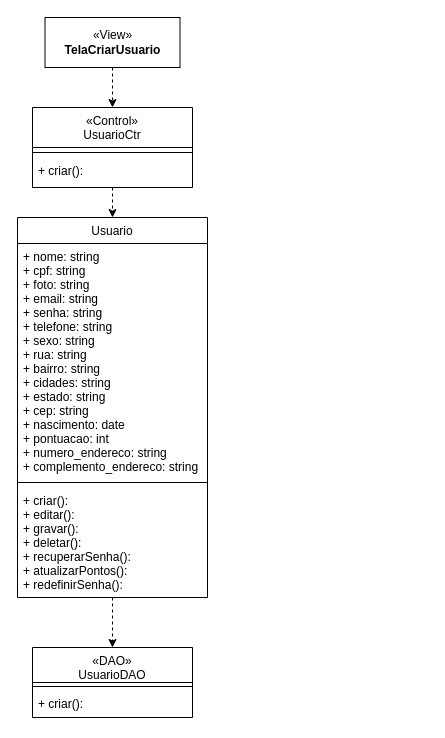
This is Documentação/Diagramas/Diagramas de Casos de Uso/Diagrama Caso de Uso Cadastrar Usuário.drawio from frsouzaa/Documentacao-TCC-NossaVia, a draw.io file, before an edit. Source tidied: cells renumbered, new cells numbered last; positions are measured from the earlier drawing's top-left corner, leaving out a move shared by most shapes. Both pictures are drawn from the tidied source at 100%, with x=0, y=0 at pixel (17, 17).
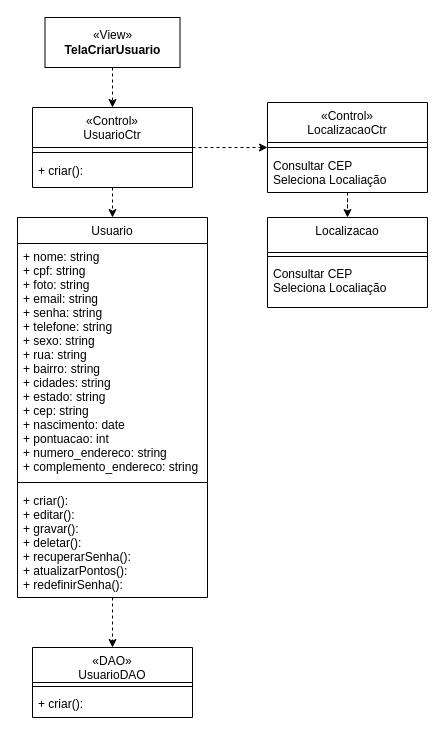
After the change.

The change refers to these unchanged cells:
```xml
<mxCell id="13" value="«Control»&#10;UsuarioCtr" style="swimlane;fontStyle=0;align=center;verticalAlign=top;horizontal=1;startSize=40;rounded=0;shadow=0;strokeWidth=1;" parent="1" vertex="1">
  <mxGeometry x="15" y="90" width="160" height="80" as="geometry" />
</mxCell>
```

Diff of the diagram source:
```diff
@@
+    <mxCell id="16" value="«Control»&#10;LocalizacaoCtr" style="swimlane;fontStyle=0;align=center;verticalAlign=top;horizontal=1;startSize=40;rounded=0;shadow=0;strokeWidth=1;" parent="1" vertex="1">
+      <mxGeometry x="250" y="85" width="160" height="90" as="geometry" />
+    </mxCell>
+    <mxCell id="17" style="line;html=1;strokeWidth=1;align=left;verticalAlign=middle;spacingTop=-1;spacingLeft=3;spacingRight=3;labelPosition=right;" parent="16" vertex="1">
+      <mxGeometry y="40" width="160" height="10" as="geometry" />
+    </mxCell>
+    <mxCell id="18" value="Consultar CEP&#10;Seleciona Localiação" style="text;align=left;verticalAlign=top;spacingLeft=4;spacingRight=4;overflow=hidden;" parent="16" vertex="1">
+      <mxGeometry y="50" width="160" height="40" as="geometry" />
+    </mxCell>
+    <mxCell id="19" value="Localizacao" style="swimlane;fontStyle=0;align=center;verticalAlign=top;horizontal=1;startSize=35;rounded=0;shadow=0;strokeWidth=1;" parent="1" vertex="1">
+      <mxGeometry x="250" y="200" width="160" height="90" as="geometry" />
+    </mxCell>
+    <mxCell id="20" style="line;html=1;strokeWidth=1;align=left;verticalAlign=middle;spacingTop=-1;spacingLeft=3;spacingRight=3;labelPosition=right;" parent="19" vertex="1">
+      <mxGeometry y="35" width="160" height="8" as="geometry" />
+    </mxCell>
+    <mxCell id="21" value="Consultar CEP&#10;Seleciona Localiação" style="text;align=left;verticalAlign=top;spacingLeft=4;spacingRight=4;overflow=hidden;" parent="19" vertex="1">
+      <mxGeometry y="43" width="160" height="47" as="geometry" />
+    </mxCell>
+    <mxCell id="22" style="edgeStyle=orthogonalEdgeStyle;rounded=0;jettySize=auto;html=1;exitX=1;exitY=0.5;exitDx=0;exitDy=0;dashed=1;entryX=0;entryY=0.5;entryDx=0;entryDy=0;" parent="1" edge="1" source="13" target="16">
+      <mxGeometry relative="1" as="geometry" />
+    </mxCell>
+    <mxCell id="23" style="edgeStyle=orthogonalEdgeStyle;rounded=0;jettySize=auto;html=1;dashed=1;entryX=0.5;entryY=0;entryDx=0;entryDy=0;" parent="1" edge="1" source="16" target="19">
+      <mxGeometry relative="1" as="geometry" />
+    </mxCell>
```
